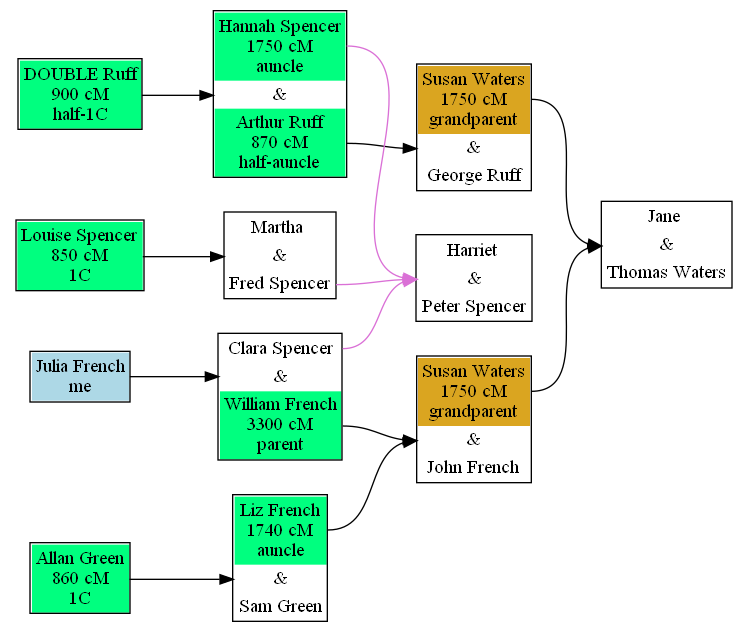
The Graphviz diagram test-data/double-cousins-plus.png in johnandrea/draw-dna-matches, before a commit. Its source is kept beside it as test-data/double-cousins-plus.dot.
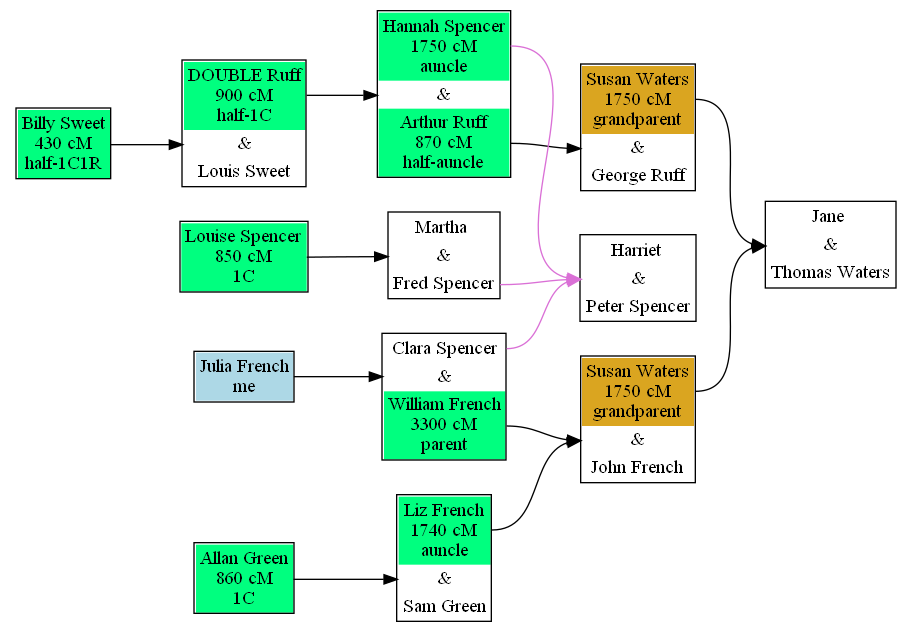
After the commit.

What changed in the source:
```diff
@@ -49,32 +49,39 @@
 <tr><td port="u">&amp;</td></tr>
 <tr><td port="h" bgcolor="springgreen">Arthur Ruff<br/>870 cM<br/>half-auncle</td></tr>
 </table>>];
-i10 [label=<
+f9 [label=<
 <table cellpadding="3" border="1" cellspacing="0" cellborder="0">
-<tr><td port="i" bgcolor="springgreen">Allan Green<br/>860 cM<br/>1C</td></tr>
+<tr><td port="w" bgcolor="springgreen">DOUBLE Ruff<br/>900 cM<br/>half-1C</td></tr>
+<tr><td port="u">&amp;</td></tr>
+<tr><td port="h">Louis Sweet</td></tr>
 </table>>];
 i7 [label=<
 <table cellpadding="3" border="1" cellspacing="0" cellborder="0">
 <tr><td port="i" bgcolor="lightblue">Julia French<br/>me</td></tr>
 </table>>];
-i19 [label=<
-<table cellpadding="3" border="1" cellspacing="0" cellborder="0">
-<tr><td port="i" bgcolor="springgreen">DOUBLE Ruff<br/>900 cM<br/>half-1C</td></tr>
-</table>>];
 i18 [label=<
 <table cellpadding="3" border="1" cellspacing="0" cellborder="0">
 <tr><td port="i" bgcolor="springgreen">Louise Spencer<br/>850 cM<br/>1C</td></tr>
 </table>>];
+i21 [label=<
+<table cellpadding="3" border="1" cellspacing="0" cellborder="0">
+<tr><td port="i" bgcolor="springgreen">Billy Sweet<br/>430 cM<br/>half-1C1R</td></tr>
+</table>>];
+i10 [label=<
+<table cellpadding="3" border="1" cellspacing="0" cellborder="0">
+<tr><td port="i" bgcolor="springgreen">Allan Green<br/>860 cM<br/>1C</td></tr>
+</table>>];
 f7:h -> f6:u [color=orchid];
+f3:w -> f6:u [color=orchid];
+i10:i -> f4:u;
 f4:w -> f2:u;
-i19:i -> f8:u;
+f8:w -> f6:u [color=orchid];
+f9:w -> f8:u;
 i18:i -> f7:u;
-f3:w -> f6:u [color=orchid];
-f8:h -> f5:u;
-i10:i -> f4:u;
+f2:w -> f1:u;
+i21:i -> f9:u;
 i7:i -> f3:u;
 f3:h -> f2:u;
-f8:w -> f6:u [color=orchid];
 f5:w -> f1:u;
-f2:w -> f1:u;
+f8:h -> f5:u;
 }
```
